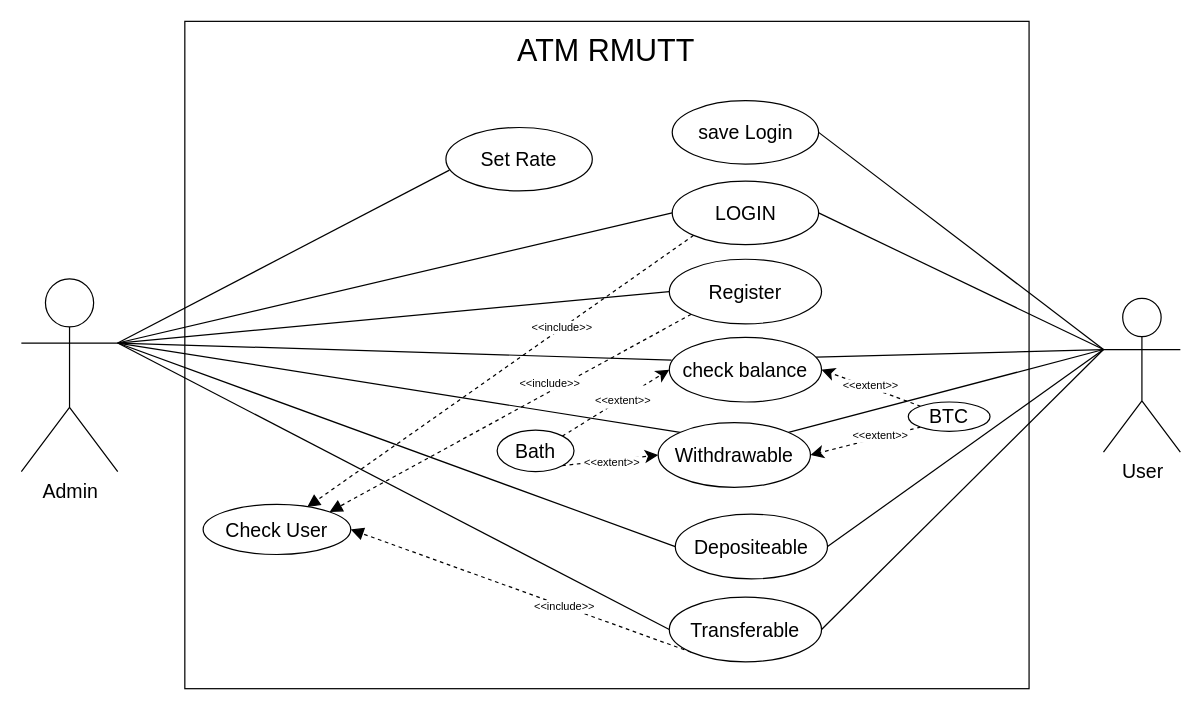
The draw.io diagram page "หน้า-1" (1 of 3) of diagram.drawio in thanawat1303/ATM-Rmutt-Terminal, before the edit. Source tidied: cells renumbered, new cells numbered last; positions are measured from the earlier drawing's top-left corner, leaving out a move shared by most shapes. Both pictures are drawn from the tidied source at 122%, with x=0, y=0 at pixel (21, 21).
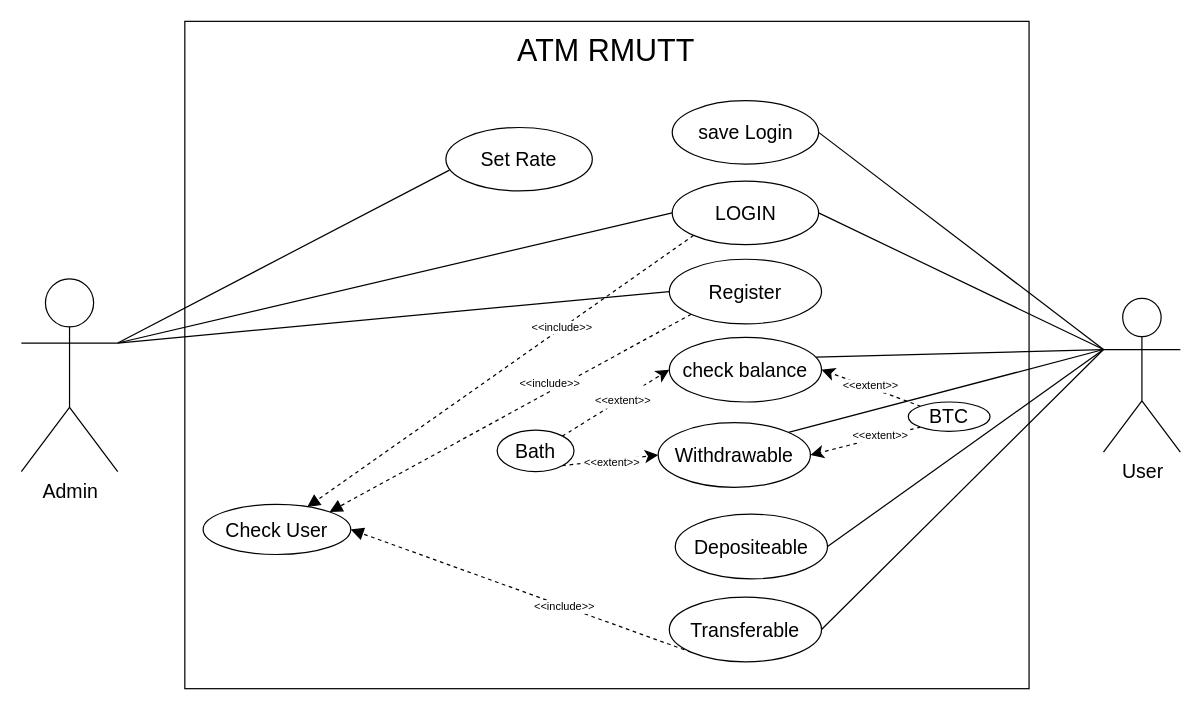
After the change.

Unchanged cells that the change refers to:
```xml
<mxCell id="10" value="Admin" style="shape=umlActor;verticalLabelPosition=bottom;verticalAlign=top;html=1;outlineConnect=0;fontSize=16;" parent="1" vertex="1">
  <mxGeometry y="211" width="79" height="158" as="geometry" />
</mxCell>
<mxCell id="27" value="Depositeable" style="ellipse;whiteSpace=wrap;html=1;fontSize=16;" parent="1" vertex="1">
  <mxGeometry x="536" y="404" width="124.8" height="53" as="geometry" />
</mxCell>
<mxCell id="30" value="Transferable" style="ellipse;whiteSpace=wrap;html=1;fontSize=16;" parent="1" vertex="1">
  <mxGeometry x="531.1" y="472" width="124.8" height="53" as="geometry" />
</mxCell>
<mxCell id="31" value="Withdrawable" style="ellipse;whiteSpace=wrap;html=1;fontSize=16;" parent="1" vertex="1">
  <mxGeometry x="522" y="329" width="124.8" height="53" as="geometry" />
</mxCell>
<mxCell id="32" value="check balance" style="ellipse;whiteSpace=wrap;html=1;fontSize=16;" parent="1" vertex="1">
  <mxGeometry x="531.1" y="259" width="124.8" height="53" as="geometry" />
</mxCell>
```

What changed in the source:
```diff
@@
-    <mxCell id="4" style="edgeStyle=none;curved=1;rounded=0;jettySize=auto;html=1;exitX=1;exitY=0.3333333333333333;exitDx=0;exitDy=0;exitPerimeter=0;entryX=0.015;entryY=0.351;entryDx=0;entryDy=0;entryPerimeter=0;fontSize=12;startSize=8;endSize=8;endArrow=none;endFill=0;" parent="1" edge="1" source="10" target="32">
-      <mxGeometry relative="1" as="geometry" />
-    </mxCell>
-    <mxCell id="5" style="edgeStyle=none;rounded=0;jettySize=auto;html=1;exitX=1;exitY=0.3333333333333333;exitDx=0;exitDy=0;exitPerimeter=0;entryX=0;entryY=0;entryDx=0;entryDy=0;fontSize=12;endArrow=none;endFill=0;startSize=8;endSize=8;" parent="1" edge="1" source="10" target="31">
-      <mxGeometry relative="1" as="geometry" />
-    </mxCell>
-    <mxCell id="6" style="edgeStyle=none;rounded=0;jettySize=auto;html=1;exitX=1;exitY=0.3333333333333333;exitDx=0;exitDy=0;exitPerimeter=0;entryX=0;entryY=0.5;entryDx=0;entryDy=0;fontSize=12;endArrow=none;endFill=0;startSize=8;endSize=8;" parent="1" edge="1" source="10" target="27">
-      <mxGeometry relative="1" as="geometry" />
-    </mxCell>
-    <mxCell id="7" style="edgeStyle=none;rounded=0;jettySize=auto;html=1;exitX=1;exitY=0.3333333333333333;exitDx=0;exitDy=0;exitPerimeter=0;entryX=0;entryY=0.5;entryDx=0;entryDy=0;fontSize=12;endArrow=none;endFill=0;startSize=8;endSize=8;" parent="1" edge="1" source="10" target="30">
-      <mxGeometry relative="1" as="geometry" />
-    </mxCell>
```
